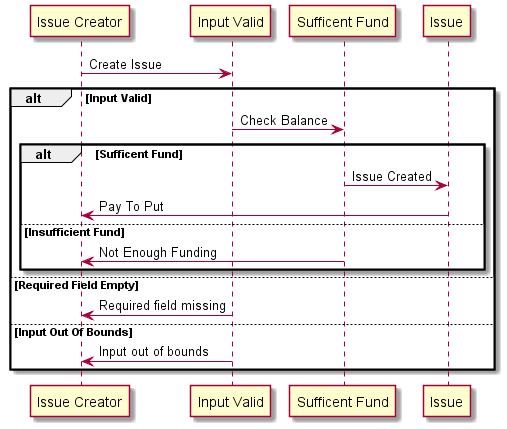
Earlier version of the PlantUML export UML/UC 10 - Create Issue - Pay to Put/UC10 - Activity.png (NeaBouli/TrueRepublic). Its diagram source:
```plantuml
@startuml "UC10 Create Issue"
"Issue Creator" -> "Input Valid": Create Issue

alt Input Valid

    "Input Valid" -> "Sufficent Fund": Check Balance

    alt Sufficent Fund
        "Sufficent Fund" -> Issue: Issue Created
        "Issue" -> "Issue Creator": Pay To Put
    else Insufficient Fund
        "Sufficent Fund" -> "Issue Creator" : Not Enough Funding
    end

else Required Field Empty

    "Input Valid" -> "Issue Creator": Required field missing

else Input Out Of Bounds

   "Input Valid" -> "Issue Creator": Input out of bounds

end

@enduml
```
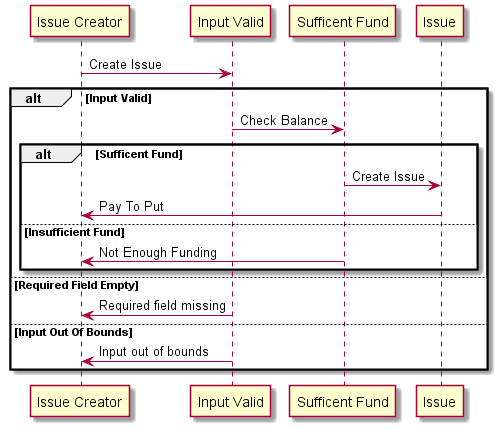
The same file after the commit.

Diff of the diagram source:
```diff
@@ -6,7 +6,7 @@
     "Input Valid" -> "Sufficent Fund": Check Balance
 
     alt Sufficent Fund
-        "Sufficent Fund" -> Issue: Issue Created
+        "Sufficent Fund" -> Issue: Create Issue
         "Issue" -> "Issue Creator": Pay To Put
     else Insufficient Fund
         "Sufficent Fund" -> "Issue Creator" : Not Enough Funding
```
